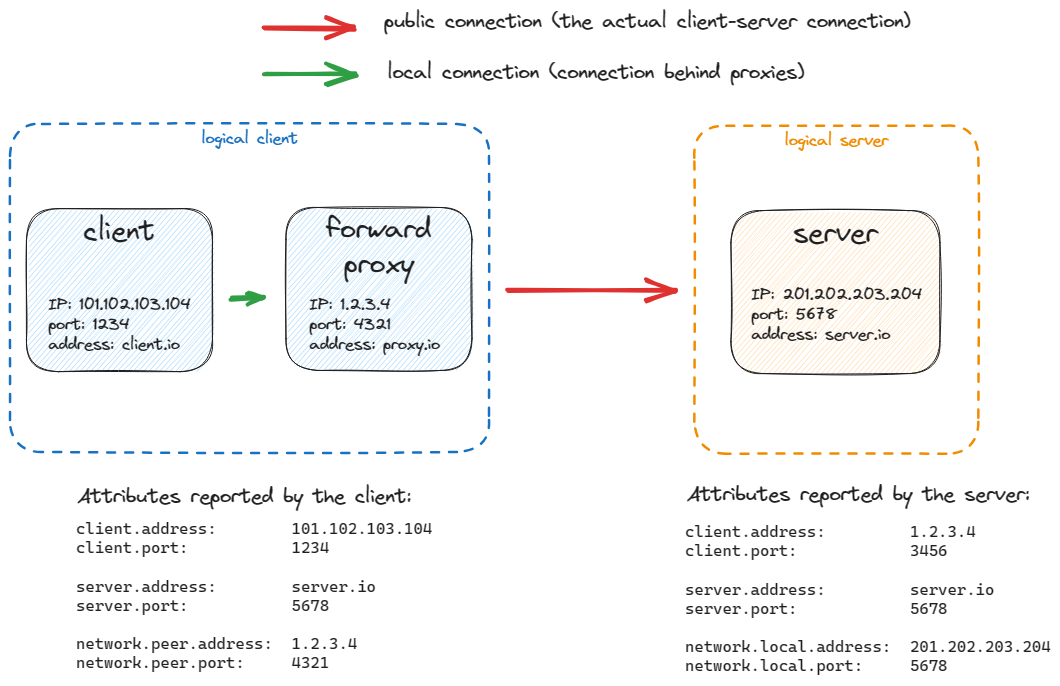
Earlier version of the Excalidraw export docs/general/forward-proxy.png (open-telemetry/semantic-conventions). Source tidied: one line per element, renumbered; positions are measured from the earlier drawing's top-left corner, leaving out a move shared by most shapes.
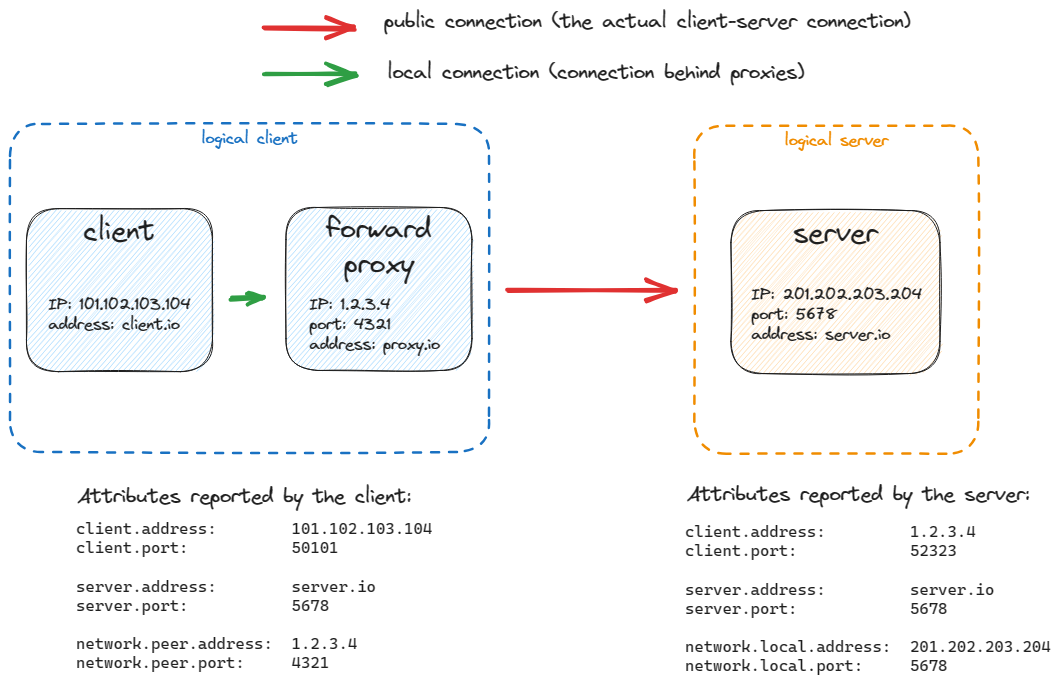
Above is the later version.

Diff of the diagram source:
```diff
@@ -4,17 +4,17 @@
 {"id": 3, "type": "text", "text": "logical server", "strokeColor": "#f08c00", "backgroundColor": "#99e9f2", "fillStyle": "hachure", "strokeWidth": 1, "strokeStyle": "dashed", "roughness": 1, "fontSize": 16, "fontFamily": 1, "textAlign": "center", "inside": 2, "x": 774, "y": 121, "width": 104, "height": 20}
 {"id": 4, "type": "rectangle", "strokeColor": "#1e1e1e", "backgroundColor": "#a5d8ff", "fillStyle": "hachure", "strokeWidth": 1, "roughness": 1, "round": true, "x": 16, "y": 199, "width": 186, "height": 163}
 {"id": 5, "type": "text", "text": "client", "strokeColor": "#1e1e1e", "backgroundColor": "#a5d8ff", "fillStyle": "hachure", "strokeWidth": 1, "roughness": 1, "fontSize": 28, "fontFamily": 1, "textAlign": "center", "inside": 4, "x": 74, "y": 204, "width": 72, "height": 35}
-{"id": 6, "type": "text", "text": "IP: 101.102.103.104\nport: 1234\naddress: client.io", "strokeColor": "#1e1e1e", "backgroundColor": "#a5d8ff", "fillStyle": "hachure", "strokeWidth": 1, "roughness": 1, "fontSize": 16, "fontFamily": 1, "x": 38, "y": 285, "width": 143, "height": 60}
+{"id": 6, "type": "text", "text": "IP: 101.102.103.104\naddress: client.io", "strokeColor": "#1e1e1e", "backgroundColor": "#a5d8ff", "fillStyle": "hachure", "strokeWidth": 1, "roughness": 1, "fontSize": 16, "fontFamily": 1, "x": 38, "y": 285, "width": 143, "height": 40}
 {"id": 7, "type": "arrow", "strokeColor": "#e03131", "backgroundColor": "#99e9f2", "fillStyle": "hachure", "strokeWidth": 4, "roughness": 1, "endArrowhead": "arrow", "round": true, "from": 0, "to": 2, "x": 498, "y": 281, "width": 169, "height": 1, "points": [[0, 0], [169, -1]]}
 {"id": 8, "type": "arrow", "strokeColor": "#e03131", "backgroundColor": "#99e9f2", "fillStyle": "hachure", "strokeWidth": 4, "roughness": 1, "endArrowhead": "arrow", "round": true, "x": 255, "y": 18, "width": 90, "height": 1, "points": [[0, 0], [90, 1]]}
 {"id": 9, "type": "arrow", "strokeColor": "#2f9e44", "backgroundColor": "#99e9f2", "fillStyle": "hachure", "strokeWidth": 4, "roughness": 1, "endArrowhead": "arrow", "round": true, "x": 255, "y": 63, "width": 90, "height": 1, "points": [[0, 0], [90, 1]]}
 {"id": 10, "type": "text", "text": "public connection (the actual client-server connection)", "strokeColor": "#1e1e1e", "backgroundColor": "#ffd8a8", "fillStyle": "hachure", "strokeWidth": 2, "roughness": 1, "fontSize": 20, "fontFamily": 1, "textAlign": "center", "x": 374, "y": 0, "width": 527, "height": 25}
 {"id": 11, "type": "text", "text": "local connection (connection behind proxies)", "strokeColor": "#1e1e1e", "backgroundColor": "#ffd8a8", "fillStyle": "hachure", "strokeWidth": 2, "roughness": 1, "fontSize": 20, "fontFamily": 1, "textAlign": "center", "x": 377, "y": 51, "width": 417, "height": 25}
-{"id": 12, "type": "text", "text": "client.address:        101.102.103.104\nclient.port:           1234\n\nserver.address:        server.io\nserver.port:           5678\n\nnetwork.peer.address:  1.2.3.4\nnetwork.peer.port:     4321", "strokeColor": "#1e1e1e", "backgroundColor": "#a5d8ff", "fillStyle": "hachure", "strokeWidth": 1, "roughness": 1, "fontSize": 16, "fontFamily": 3, "x": 66, "y": 509, "width": 356, "height": 154}
+{"id": 12, "type": "text", "text": "client.address:        101.102.103.104\nclient.port:           50101\n\nserver.address:        server.io\nserver.port:           5678\n\nnetwork.peer.address:  1.2.3.4\nnetwork.peer.port:     4321", "strokeColor": "#1e1e1e", "backgroundColor": "#a5d8ff", "fillStyle": "hachure", "strokeWidth": 1, "roughness": 1, "fontSize": 16, "fontFamily": 3, "x": 66, "y": 509, "width": 356, "height": 154}
 {"id": 13, "type": "rectangle", "strokeColor": "#1e1e1e", "backgroundColor": "#ffd8a8", "fillStyle": "hachure", "strokeWidth": 1, "roughness": 1, "round": true, "x": 721, "y": 201, "width": 209, "height": 163}
 {"id": 14, "type": "text", "text": "server", "strokeColor": "#1e1e1e", "backgroundColor": "#a5d8ff", "fillStyle": "hachure", "strokeWidth": 1, "roughness": 1, "fontSize": 28, "fontFamily": 1, "textAlign": "center", "inside": 13, "x": 783, "y": 206, "width": 85, "height": 35}
 {"id": 15, "type": "text", "text": "IP: 201.202.203.204\nport: 5678\naddress: server.io", "strokeColor": "#1e1e1e", "backgroundColor": "#a5d8ff", "fillStyle": "hachure", "strokeWidth": 1, "roughness": 1, "fontSize": 16, "fontFamily": 1, "x": 741, "y": 275, "width": 171, "height": 60}
-{"id": 16, "type": "text", "text": "client.address:         1.2.3.4\nclient.port:            3456\n\nserver.address:         server.io\nserver.port:            5678\n\nnetwork.local.address:  201.202.203.204\nnetwork.local.port:     5678", "strokeColor": "#1e1e1e", "backgroundColor": "#a5d8ff", "fillStyle": "hachure", "strokeWidth": 1, "roughness": 1, "fontSize": 16, "fontFamily": 3, "x": 675, "y": 512, "width": 366, "height": 154}
+{"id": 16, "type": "text", "text": "client.address:         1.2.3.4\nclient.port:            52323\n\nserver.address:         server.io\nserver.port:            5678\n\nnetwork.local.address:  201.202.203.204\nnetwork.local.port:     5678", "strokeColor": "#1e1e1e", "backgroundColor": "#a5d8ff", "fillStyle": "hachure", "strokeWidth": 1, "roughness": 1, "fontSize": 16, "fontFamily": 3, "x": 675, "y": 512, "width": 366, "height": 154}
 {"id": 17, "type": "text", "text": "Attributes reported by the client:", "strokeColor": "#1e1e1e", "backgroundColor": "#a5d8ff", "fillStyle": "hachure", "strokeWidth": 1, "roughness": 1, "fontSize": 20, "fontFamily": 1, "x": 67, "y": 475, "width": 334, "height": 25}
 {"id": 18, "type": "text", "text": "Attributes reported by the server:", "strokeColor": "#1e1e1e", "backgroundColor": "#a5d8ff", "fillStyle": "hachure", "strokeWidth": 1, "roughness": 1, "fontSize": 20, "fontFamily": 1, "x": 677, "y": 473, "width": 343, "height": 25}
 {"id": 19, "type": "rectangle", "strokeColor": "#1e1e1e", "backgroundColor": "#a5d8ff", "fillStyle": "hachure", "strokeWidth": 1, "roughness": 1, "round": true, "x": 276, "y": 197, "width": 186, "height": 163}
```
